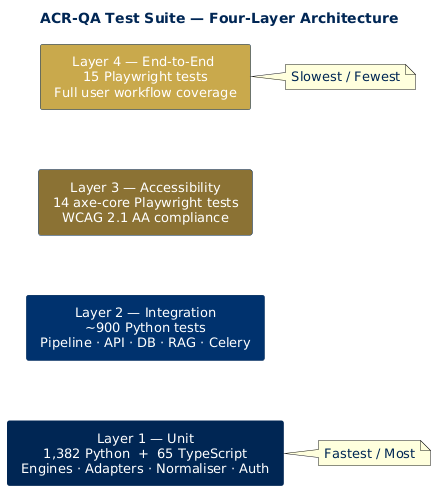
starredjaco/ACR-QA keeps this PlantUML diagram as ACR-QA-Book/figures/test_pyramid.png. Above is the earlier version.
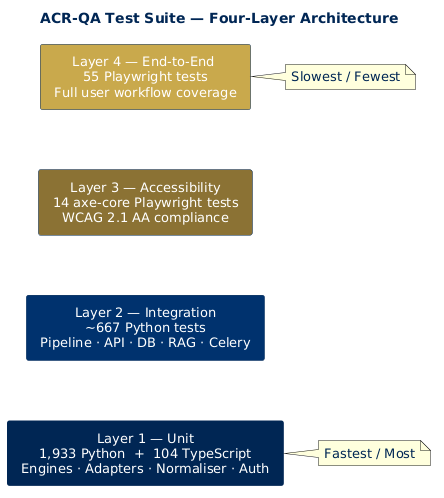
Later version of the same file.

What changed in the source:
```diff
@@ -9,13 +9,13 @@
 
 title <color:#002654><b>ACR-QA Test Suite — Four-Layer Architecture</b></color>
 
-rectangle " Layer 4 — End-to-End  \n 15 Playwright tests \n Full user workflow coverage " as L4 #C9A84C
+rectangle " Layer 4 — End-to-End  \n 55 Playwright tests \n Full user workflow coverage " as L4 #C9A84C
 
 rectangle " Layer 3 — Accessibility \n 14 axe-core Playwright tests \n WCAG 2.1 AA compliance " as L3 #8B7335
 
-rectangle " Layer 2 — Integration \n ~900 Python tests \n Pipeline · API · DB · RAG · Celery " as L2 #00336E
+rectangle " Layer 2 — Integration \n ~667 Python tests \n Pipeline · API · DB · RAG · Celery " as L2 #00336E
 
-rectangle " Layer 1 — Unit \n 1,382 Python  +  65 TypeScript \n Engines · Adapters · Normaliser · Auth " as L1 #002654
+rectangle " Layer 1 — Unit \n 1,933 Python  +  104 TypeScript \n Engines · Adapters · Normaliser · Auth " as L1 #002654
 
 L4 -[hidden]down-> L3
 L3 -[hidden]down-> L2
```
